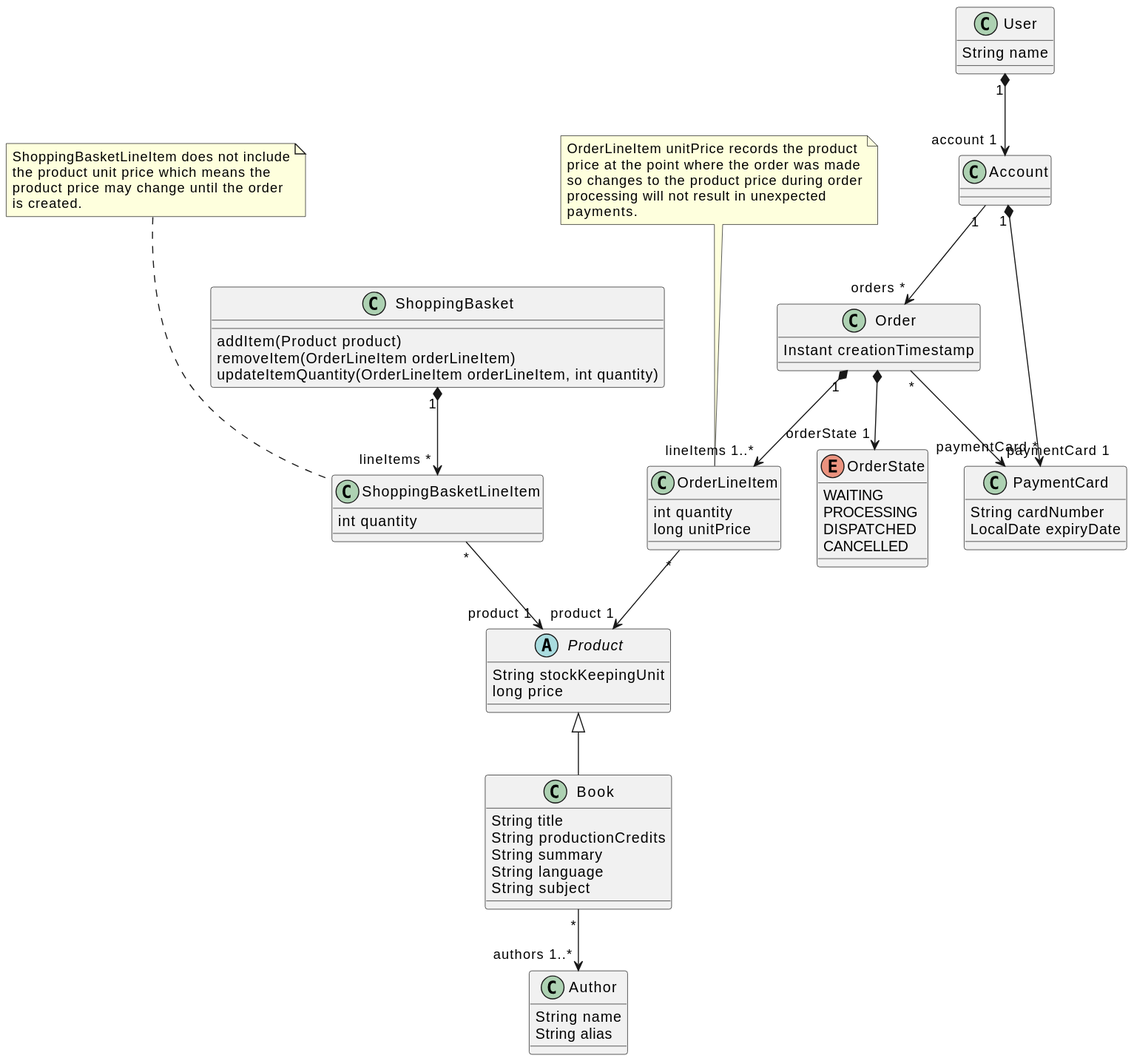
The PlantUML diagram docs/design/out/book_shop_domain_model/book_shop_domain_model.svg in dtmo/bookshop, before a commit.
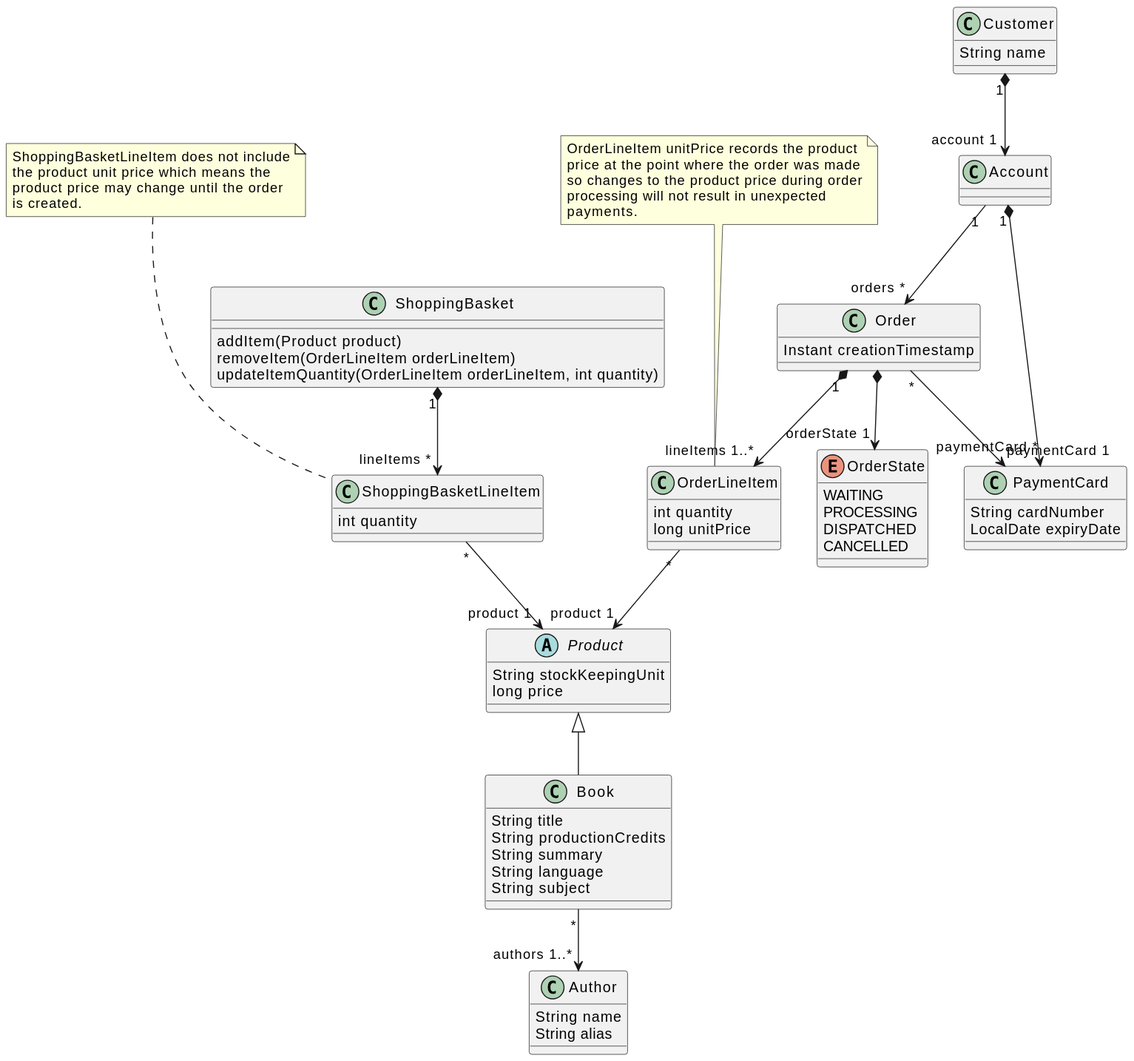
Above is the later version.

Diff of the diagram source:
```diff
@@ -84,8 +84,8 @@
 Account "1" --> "orders *" Order
 Account "1" *--> "paymentCard *" PaymentCard
 
-class User {
+class Customer {
     String name
 }
-User "1" *--> "account 1" Account
+Customer "1" *--> "account 1" Account
 @enduml
```
